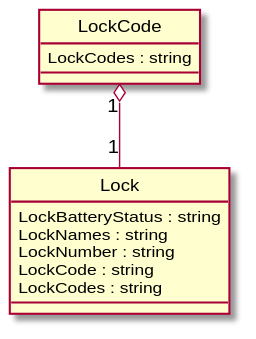
The PlantUML diagram Diagrams/2017-USC-Project05.svg in xixixhalu/DomainModelExtractor, before a commit. Its diagram source:
```plantuml
@startuml
hide circle
class Lock {
	LockBatteryStatus : string
	LockNames : string
	LockNumber : string
	LockCode : string
	LockCodes : string
}
class LockCode {
	LockCodes : string
}
LockCode "1" o-- "1" Lock
@enduml
```
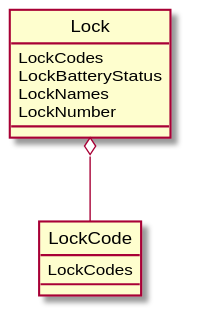
Above is the later version.

Change to the diagram source:
```diff
@@ -1,14 +1,13 @@
 @startuml
 hide circle
 class Lock {
-	LockBatteryStatus : string
-	LockNames : string
-	LockNumber : string
-	LockCode : string
-	LockCodes : string
+	LockCodes
+	LockBatteryStatus
+	LockNames
+	LockNumber
 }
 class LockCode {
-	LockCodes : string
+	LockCodes
 }
-LockCode "1" o-- "1" Lock
+Lock o-- LockCode
 @enduml
```
